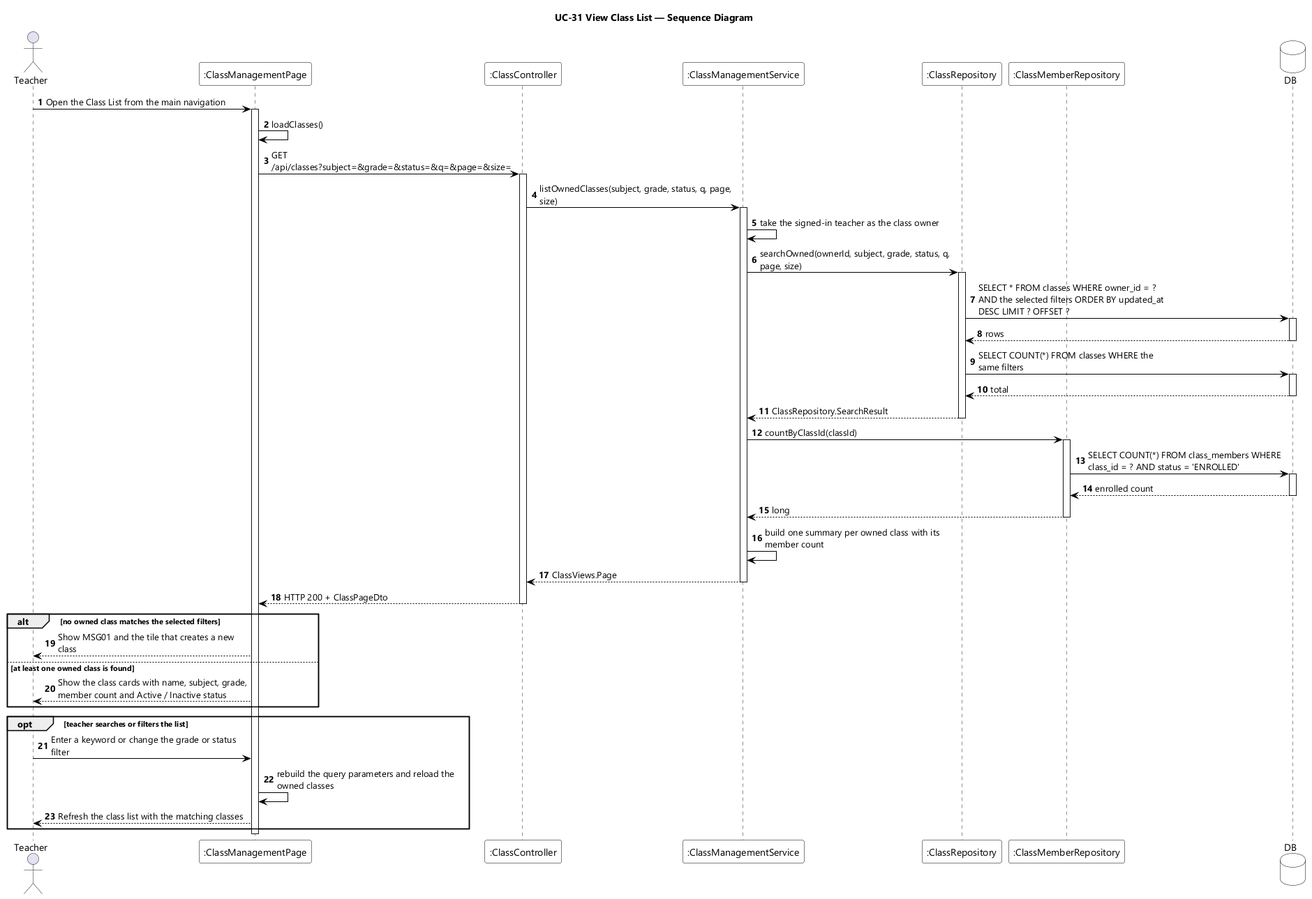
This is designs/sds-diagrams/uc31/uc31-sequence-diagram.png from EduA-system/EduA-system, a PlantUML export, as it was before one commit. Its diagram source:
```plantuml
@startuml UC-31 View Class List - Sequence Diagram
skinparamlocked dpi 96
skinparam defaultFontName "Segoe UI"
skinparam shadowing false
skinparam ParticipantBackgroundColor #FFFFFF
skinparam ParticipantBorderColor #000000
skinparam DatabaseBackgroundColor #FFFFFF
skinparam DatabaseBorderColor #000000
skinparam ArrowColor #000000
skinparam sequenceMessageAlign left
skinparam maxMessageSize 280
title UC-31 View Class List — Sequence Diagram

actor Teacher
participant ":ClassManagementPage" as UI
participant ":ClassController" as CTL
participant ":ClassManagementService" as SVC
participant ":ClassRepository" as REPO
participant ":ClassMemberRepository" as MEM
database DB

autonumber
Teacher -> UI : Open the Class List from the main navigation
activate UI
UI -> UI : loadClasses()
UI -> CTL : GET /api/classes?subject=&grade=&status=&q=&page=&size=
activate CTL
CTL -> SVC : listOwnedClasses(subject, grade, status, q, page, size)
activate SVC
SVC -> SVC : take the signed-in teacher as the class owner
SVC -> REPO : searchOwned(ownerId, subject, grade, status, q, page, size)
activate REPO
REPO -> DB : SELECT * FROM classes WHERE owner_id = ? AND the selected filters ORDER BY updated_at DESC LIMIT ? OFFSET ?
activate DB
DB --> REPO : rows
deactivate DB
REPO -> DB : SELECT COUNT(*) FROM classes WHERE the same filters
activate DB
DB --> REPO : total
deactivate DB
REPO --> SVC : ClassRepository.SearchResult
deactivate REPO
SVC -> MEM : countByClassId(classId)
activate MEM
MEM -> DB : SELECT COUNT(*) FROM class_members WHERE class_id = ? AND status = 'ENROLLED'
activate DB
DB --> MEM : enrolled count
deactivate DB
MEM --> SVC : long
deactivate MEM
SVC -> SVC : build one summary per owned class with its member count
SVC --> CTL : ClassViews.Page
deactivate SVC
CTL --> UI : HTTP 200 + ClassPageDto
deactivate CTL

alt no owned class matches the selected filters
  UI --> Teacher : Show MSG01 and the tile that creates a new class
else at least one owned class is found
  UI --> Teacher : Show the class cards with name, subject, grade, member count and Active / Inactive status
end

opt teacher searches or filters the list
  Teacher -> UI : Enter a keyword or change the grade or status filter
  UI -> UI : rebuild the query parameters and reload the owned classes
  UI --> Teacher : Refresh the class list with the matching classes
end
deactivate UI
@enduml
```
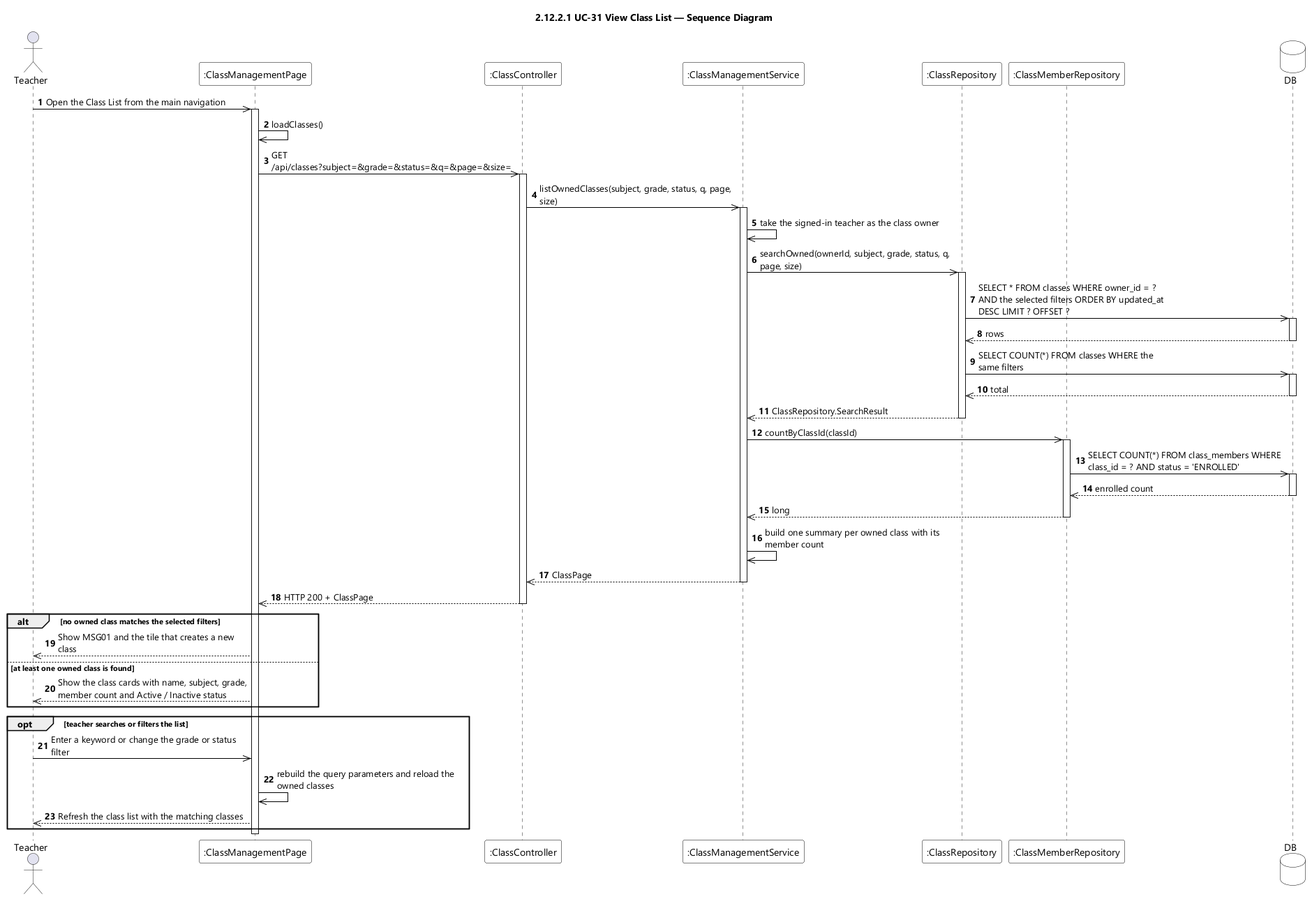
Later version of the same file.

What changed in the source:
```diff
@@ -9,7 +9,7 @@
 skinparam ArrowColor #000000
 skinparam sequenceMessageAlign left
 skinparam maxMessageSize 280
-title UC-31 View Class List — Sequence Diagram
+title 2.12.2.1 UC-31 View Class List — Sequence Diagram
 
 actor Teacher
 participant ":ClassManagementPage" as UI
@@ -20,50 +20,50 @@
 database DB
 
 autonumber
-Teacher -> UI : Open the Class List from the main navigation
+Teacher ->> UI : Open the Class List from the main navigation
 activate UI
-UI -> UI : loadClasses()
-UI -> CTL : GET /api/classes?subject=&grade=&status=&q=&page=&size=
+UI ->> UI : loadClasses()
+UI ->> CTL : GET /api/classes?subject=&grade=&status=&q=&page=&size=
 activate CTL
-CTL -> SVC : listOwnedClasses(subject, grade, status, q, page, size)
+CTL ->> SVC : listOwnedClasses(subject, grade, status, q, page, size)
 activate SVC
-SVC -> SVC : take the signed-in teacher as the class owner
-SVC -> REPO : searchOwned(ownerId, subject, grade, status, q, page, size)
+SVC ->> SVC : take the signed-in teacher as the class owner
+SVC ->> REPO : searchOwned(ownerId, subject, grade, status, q, page, size)
 activate REPO
-REPO -> DB : SELECT * FROM classes WHERE owner_id = ? AND the selected filters ORDER BY updated_at DESC LIMIT ? OFFSET ?
+REPO ->> DB : SELECT * FROM classes WHERE owner_id = ? AND the selected filters ORDER BY updated_at DESC LIMIT ? OFFSET ?
 activate DB
-DB --> REPO : rows
+DB -->> REPO : rows
 deactivate DB
-REPO -> DB : SELECT COUNT(*) FROM classes WHERE the same filters
+REPO ->> DB : SELECT COUNT(*) FROM classes WHERE the same filters
 activate DB
-DB --> REPO : total
+DB -->> REPO : total
 deactivate DB
-REPO --> SVC : ClassRepository.SearchResult
+REPO -->> SVC : ClassRepository.SearchResult
 deactivate REPO
-SVC -> MEM : countByClassId(classId)
+SVC ->> MEM : countByClassId(classId)
 activate MEM
-MEM -> DB : SELECT COUNT(*) FROM class_members WHERE class_id = ? AND status = 'ENROLLED'
+MEM ->> DB : SELECT COUNT(*) FROM class_members WHERE class_id = ? AND status = 'ENROLLED'
 activate DB
-DB --> MEM : enrolled count
+DB -->> MEM : enrolled count
 deactivate DB
-MEM --> SVC : long
+MEM -->> SVC : long
 deactivate MEM
-SVC -> SVC : build one summary per owned class with its member count
-SVC --> CTL : ClassViews.Page
+SVC ->> SVC : build one summary per owned class with its member count
+SVC -->> CTL : ClassPage
 deactivate SVC
-CTL --> UI : HTTP 200 + ClassPageDto
+CTL -->> UI : HTTP 200 + ClassPage
 deactivate CTL
 
 alt no owned class matches the selected filters
-  UI --> Teacher : Show MSG01 and the tile that creates a new class
+  UI -->> Teacher : Show MSG01 and the tile that creates a new class
 else at least one owned class is found
-  UI --> Teacher : Show the class cards with name, subject, grade, member count and Active / Inactive status
+  UI -->> Teacher : Show the class cards with name, subject, grade, member count and Active / Inactive status
 end
 
 opt teacher searches or filters the list
-  Teacher -> UI : Enter a keyword or change the grade or status filter
-  UI -> UI : rebuild the query parameters and reload the owned classes
-  UI --> Teacher : Refresh the class list with the matching classes
+  Teacher ->> UI : Enter a keyword or change the grade or status filter
+  UI ->> UI : rebuild the query parameters and reload the owned classes
+  UI -->> Teacher : Refresh the class list with the matching classes
 end
 deactivate UI
 @enduml
```
